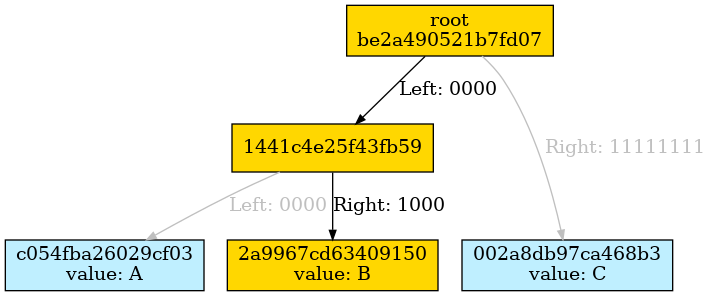
Above: docs/merkle_tree/proofs/inclusion_proof.dot.png in juicebox-systems/juicebox-hsm-realm (Graphviz), before the change. Its source is kept beside it as docs/merkle_tree/proofs/inclusion_proof.dot. Its diagram source:
```dot
Digraph merkletree {

hbe2a490521b7fd07 -> h1441c4e25f43fb59 [arrowsize=0.7 color=black fontcolor=black label="Left: 0000\l" nojustify=true ];
h1441c4e25f43fb59 -> hc054fba26029cf03 [arrowsize=0.7 color=gray75 fontcolor=gray75 label="Left: 0000" nojustify=true ];
h1441c4e25f43fb59 -> h2a9967cd63409150 [arrowsize=0.7 color=black fontcolor=black label="Right: 1000" nojustify=true ];
hbe2a490521b7fd07 -> h002a8db97ca468b3 [arrowsize=0.7 color=gray75 fontcolor=gray75 label="Right: 11111111" nojustify=true ];

Subgraph depth_0 {
rank=same

hbe2a490521b7fd07 [fillcolor=gold1 label="root\nbe2a490521b7fd07" ordering=out shape=box style=filled ];
}


Subgraph depth_4 {
rank=same

h1441c4e25f43fb59 [fillcolor=gold1 label="1441c4e25f43fb59" ordering=out shape=box style=filled ];
}


Subgraph depth_256 {
rank=same

hc054fba26029cf03 [fillcolor=lightblue1 label="c054fba26029cf03\nvalue: A" ordering=out shape=box style=filled ];
h2a9967cd63409150 [fillcolor=gold1 label="2a9967cd63409150\nvalue: B" ordering=out shape=box style=filled ];
h002a8db97ca468b3 [fillcolor=lightblue1 label="002a8db97ca468b3\nvalue: C" ordering=out shape=box style=filled ];
}

}
```
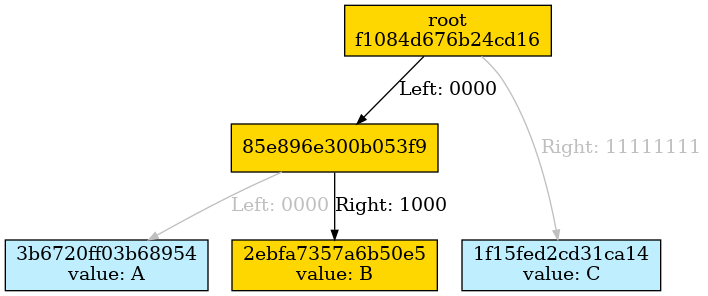
The same diagram one commit later.

What changed in the source:
```diff
@@ -1,30 +1,30 @@
 Digraph merkletree {
 
-hbe2a490521b7fd07 -> h1441c4e25f43fb59 [arrowsize=0.7 color=black fontcolor=black label="Left: 0000\l" nojustify=true ];
-h1441c4e25f43fb59 -> hc054fba26029cf03 [arrowsize=0.7 color=gray75 fontcolor=gray75 label="Left: 0000" nojustify=true ];
-h1441c4e25f43fb59 -> h2a9967cd63409150 [arrowsize=0.7 color=black fontcolor=black label="Right: 1000" nojustify=true ];
-hbe2a490521b7fd07 -> h002a8db97ca468b3 [arrowsize=0.7 color=gray75 fontcolor=gray75 label="Right: 11111111" nojustify=true ];
+hf1084d676b24cd16 -> h85e896e300b053f9 [arrowsize=0.7 color=black fontcolor=black label="Left: 0000" nojustify=true ];
+h85e896e300b053f9 -> h3b6720ff03b68954 [arrowsize=0.7 color=gray75 fontcolor=gray75 label="Left: 0000" nojustify=true ];
+h85e896e300b053f9 -> h2ebfa7357a6b50e5 [arrowsize=0.7 color=black fontcolor=black label="Right: 1000" nojustify=true ];
+hf1084d676b24cd16 -> h1f15fed2cd31ca14 [arrowsize=0.7 color=gray75 fontcolor=gray75 label="Right: 11111111" nojustify=true ];
 
 Subgraph depth_0 {
 rank=same
 
-hbe2a490521b7fd07 [fillcolor=gold1 label="root\nbe2a490521b7fd07" ordering=out shape=box style=filled ];
+hf1084d676b24cd16 [fillcolor=gold1 label="root\nf1084d676b24cd16" ordering=out shape=box style=filled ];
 }
 
 
 Subgraph depth_4 {
 rank=same
 
-h1441c4e25f43fb59 [fillcolor=gold1 label="1441c4e25f43fb59" ordering=out shape=box style=filled ];
+h85e896e300b053f9 [fillcolor=gold1 label="85e896e300b053f9" ordering=out shape=box style=filled ];
 }
 
 
 Subgraph depth_256 {
 rank=same
 
-hc054fba26029cf03 [fillcolor=lightblue1 label="c054fba26029cf03\nvalue: A" ordering=out shape=box style=filled ];
-h2a9967cd63409150 [fillcolor=gold1 label="2a9967cd63409150\nvalue: B" ordering=out shape=box style=filled ];
-h002a8db97ca468b3 [fillcolor=lightblue1 label="002a8db97ca468b3\nvalue: C" ordering=out shape=box style=filled ];
+h3b6720ff03b68954 [fillcolor=lightblue1 label="3b6720ff03b68954\nvalue: A" ordering=out shape=box style=filled ];
+h2ebfa7357a6b50e5 [fillcolor=gold1 label="2ebfa7357a6b50e5\nvalue: B" ordering=out shape=box style=filled ];
+h1f15fed2cd31ca14 [fillcolor=lightblue1 label="1f15fed2cd31ca14\nvalue: C" ordering=out shape=box style=filled ];
 }
 
 }
```
